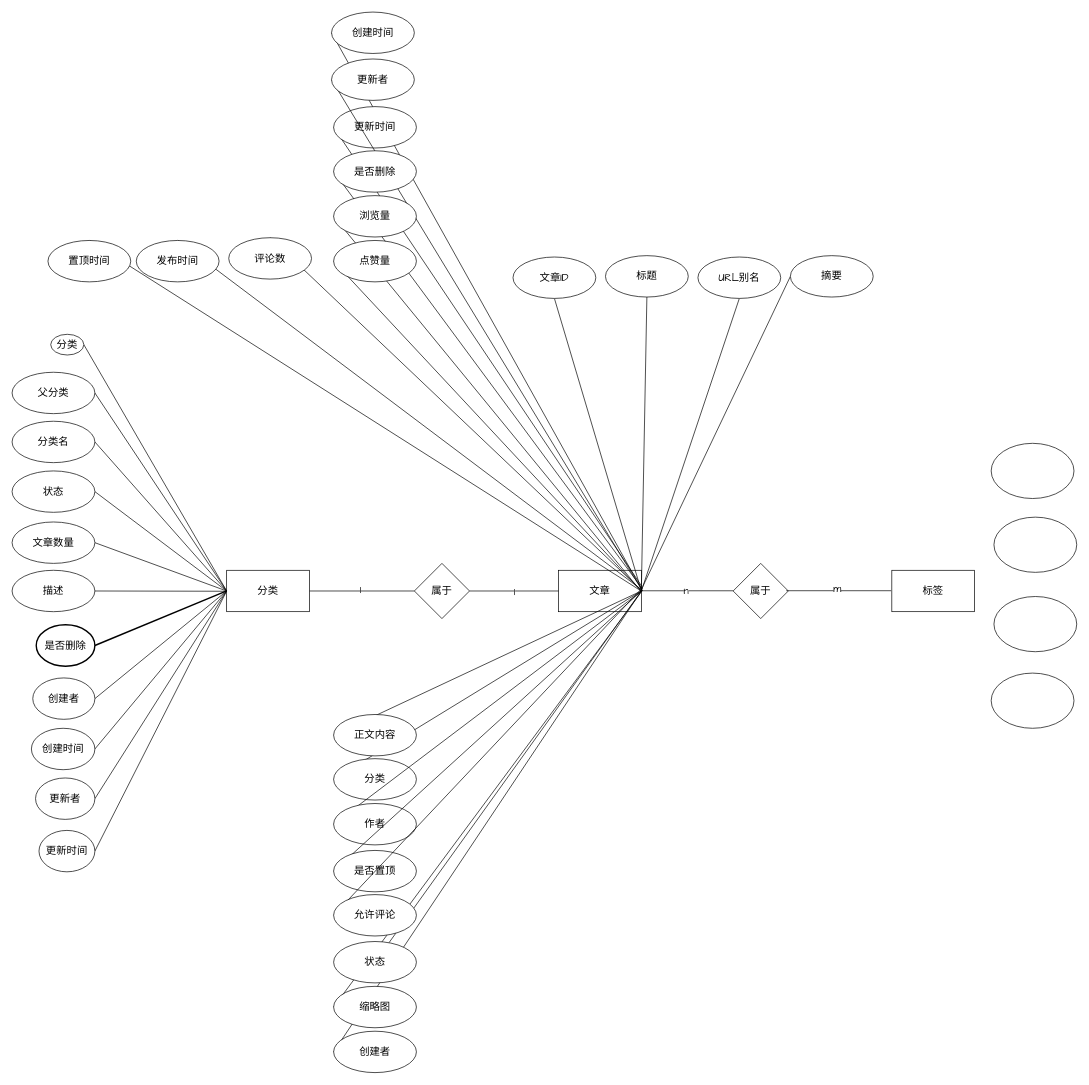
This is graph/分类ER.drawio from zhangbird050801/bird-blog, a draw.io file, before an edit. Source tidied: cells renumbered, new cells numbered last; positions are measured from the earlier drawing's top-left corner, leaving out a move shared by most shapes. Both pictures are drawn from the tidied source at 69%, with x=0, y=0 at pixel (12, 12).
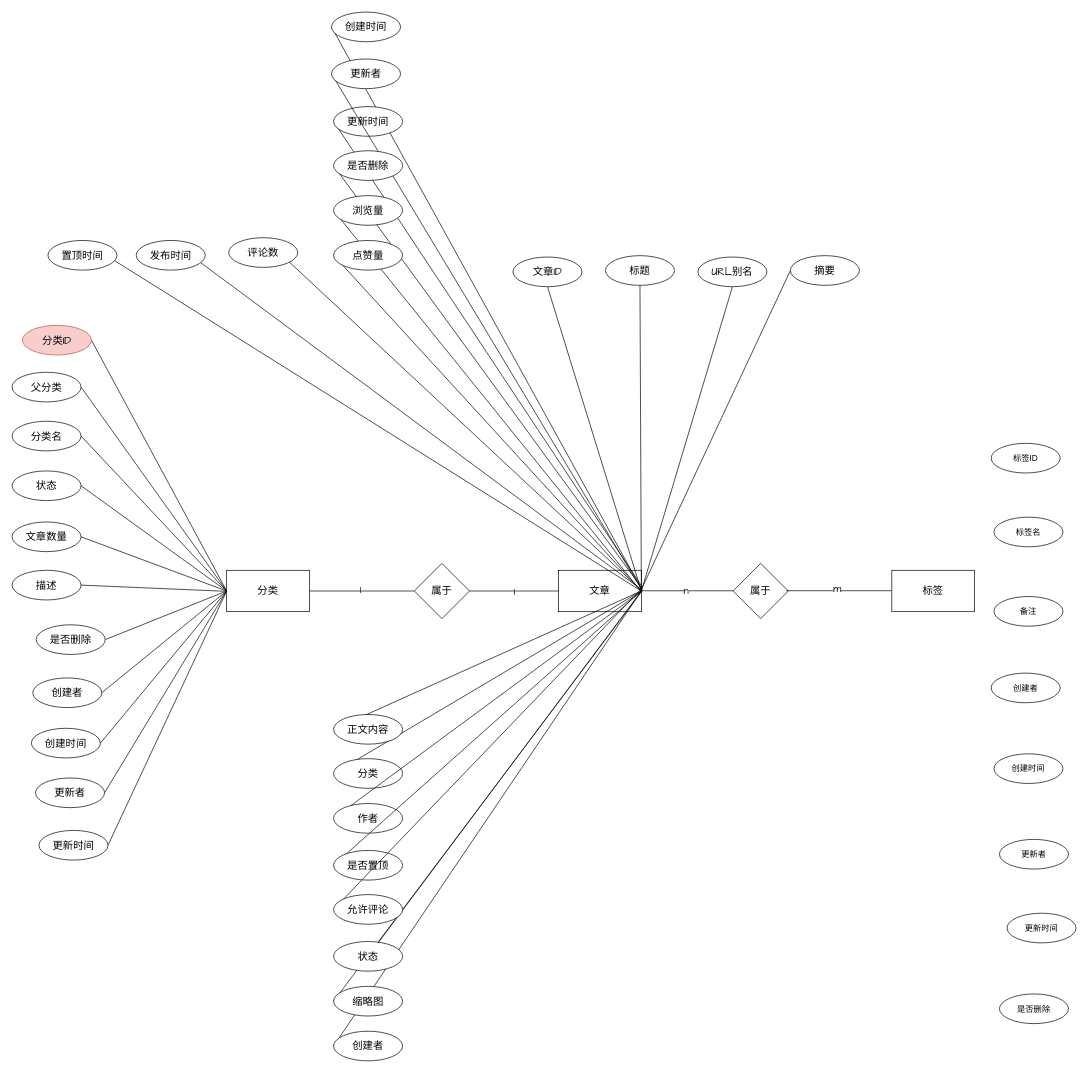
The same page after the edit.

The change refers to these unchanged cells:
```xml
<mxCell id="4" value="分类" style="rounded=0;whiteSpace=wrap;html=1;fontSize=15;fontFamily=Comic Sans MS;" parent="1" vertex="1">
  <mxGeometry x="311" y="809" width="120" height="60" as="geometry" />
</mxCell>
```

Diff of the diagram source:
```diff
@@
-    <mxCell id="6" value="分类" style="whiteSpace=wrap;html=1;shape=ellipse;perimeter=ellipsePerimeter;strokeColor=default;align=center;verticalAlign=middle;fontFamily=Comic Sans MS;fontSize=15;fontColor=default;fillColor=default;fixedWidth=0;" parent="1" vertex="1">
-      <mxGeometry x="56" y="467" width="48" height="30" as="geometry" />
+    <mxCell id="6" value="分类ID" style="whiteSpace=wrap;html=1;shape=ellipse;perimeter=ellipsePerimeter;strokeColor=#b85450;align=center;verticalAlign=middle;fontFamily=Comic Sans MS;fontSize=15;fillColor=#f8cecc;fixedWidth=0;" parent="1" vertex="1">
+      <mxGeometry x="15" y="454" width="100" height="43" as="geometry" />
     </mxCell>
@@
     <mxCell id="8" value="分类名" style="whiteSpace=wrap;html=1;shape=ellipse;perimeter=ellipsePerimeter;strokeColor=default;align=center;verticalAlign=middle;fontFamily=Comic Sans MS;fontSize=15;fontColor=default;fillColor=default;" parent="1" vertex="1">
-      <mxGeometry y="593" width="120" height="60" as="geometry" />
+      <mxGeometry y="593" width="100" height="43" as="geometry" />
     </mxCell>
@@
     <mxCell id="10" value="描述" style="whiteSpace=wrap;html=1;rounded=0;shape=ellipse;perimeter=ellipsePerimeter;strokeColor=default;align=center;verticalAlign=middle;fontFamily=Comic Sans MS;fontSize=15;fontColor=default;fillColor=default;" parent="1" vertex="1">
-      <mxGeometry y="809" width="120" height="60" as="geometry" />
+      <mxGeometry y="809" width="100" height="43" as="geometry" />
     </mxCell>
@@
     <mxCell id="12" value="状态" style="whiteSpace=wrap;html=1;rounded=0;shape=ellipse;perimeter=ellipsePerimeter;strokeColor=default;align=center;verticalAlign=middle;fontFamily=Comic Sans MS;fontSize=15;fontColor=default;fillColor=default;" parent="1" vertex="1">
-      <mxGeometry y="665" width="120" height="60" as="geometry" />
+      <mxGeometry y="665" width="100" height="43" as="geometry" />
     </mxCell>
@@
     <mxCell id="14" value="创建时间" style="whiteSpace=wrap;html=1;shape=ellipse;perimeter=ellipsePerimeter;strokeColor=default;align=center;verticalAlign=middle;fontFamily=Comic Sans MS;fontSize=15;fontColor=default;fillColor=default;" parent="1" vertex="1">
-      <mxGeometry x="28" y="1038" width="92" height="60" as="geometry" />
+      <mxGeometry x="28" y="1038" width="100" height="43" as="geometry" />
     </mxCell>
@@
     <mxCell id="16" value="创建者" style="whiteSpace=wrap;html=1;shape=ellipse;perimeter=ellipsePerimeter;strokeColor=default;align=center;verticalAlign=middle;fontFamily=Comic Sans MS;fontSize=15;fontColor=default;fillColor=default;" parent="1" vertex="1">
-      <mxGeometry x="30" y="965" width="90" height="60" as="geometry" />
+      <mxGeometry x="30" y="965" width="100" height="43" as="geometry" />
     </mxCell>
@@
     <mxCell id="18" value="更新时间" style="whiteSpace=wrap;html=1;shape=ellipse;perimeter=ellipsePerimeter;strokeColor=default;align=center;verticalAlign=middle;fontFamily=Comic Sans MS;fontSize=15;fontColor=default;fillColor=default;" parent="1" vertex="1">
-      <mxGeometry x="39" y="1186" width="81" height="60" as="geometry" />
+      <mxGeometry x="39" y="1186" width="100" height="43" as="geometry" />
     </mxCell>
@@
     <mxCell id="20" value="更新者" style="whiteSpace=wrap;html=1;shape=ellipse;perimeter=ellipsePerimeter;strokeColor=default;align=center;verticalAlign=middle;fontFamily=Comic Sans MS;fontSize=15;fontColor=default;fillColor=default;" parent="1" vertex="1">
-      <mxGeometry x="34" y="1110" width="86" height="60" as="geometry" />
+      <mxGeometry x="34" y="1110" width="100" height="43" as="geometry" />
     </mxCell>
@@
     <mxCell id="22" value="文章数量" style="whiteSpace=wrap;html=1;shape=ellipse;perimeter=ellipsePerimeter;strokeColor=default;align=center;verticalAlign=middle;fontFamily=Comic Sans MS;fontSize=15;fontColor=default;fillColor=default;" parent="1" vertex="1">
-      <mxGeometry y="739" width="120" height="60" as="geometry" />
+      <mxGeometry y="739" width="100" height="43" as="geometry" />
     </mxCell>
-    <mxCell id="23" style="rounded=0;jettySize=auto;html=1;exitX=1;exitY=0.5;exitDx=0;exitDy=0;entryX=0;entryY=0.5;entryDx=0;entryDy=0;endArrow=none;endFill=0;fontSize=15;fontFamily=Comic Sans MS;strokeWidth=2;" parent="1" edge="1" source="24" target="4">
+    <mxCell id="23" style="rounded=0;jettySize=auto;html=1;exitX=1;exitY=0.5;exitDx=0;exitDy=0;entryX=0;entryY=0.5;entryDx=0;entryDy=0;endArrow=none;endFill=0;fontSize=15;fontFamily=Comic Sans MS;strokeWidth=1;" parent="1" edge="1" source="24" target="4">
       <mxGeometry relative="1" as="geometry" />
     </mxCell>
-    <mxCell id="24" value="是否删除" style="whiteSpace=wrap;html=1;shape=ellipse;perimeter=ellipsePerimeter;fontSize=15;fontFamily=Comic Sans MS;strokeWidth=2;fontStyle=0;" parent="1" vertex="1">
-      <mxGeometry x="35" y="888" width="85" height="60" as="geometry" />
+    <mxCell id="24" value="是否删除" style="whiteSpace=wrap;html=1;shape=ellipse;perimeter=ellipsePerimeter;fontSize=15;fontFamily=Comic Sans MS;strokeWidth=1;fontStyle=0;" parent="1" vertex="1">
+      <mxGeometry x="35" y="888" width="100" height="43" as="geometry" />
     </mxCell>
@@
     <mxCell id="26" value="父分类" style="whiteSpace=wrap;html=1;rounded=0;strokeColor=default;align=center;verticalAlign=middle;fontFamily=Comic Sans MS;fontSize=15;fontColor=default;fillColor=default;shape=ellipse;perimeter=ellipsePerimeter;" parent="1" vertex="1">
-      <mxGeometry y="522" width="120" height="60" as="geometry" />
+      <mxGeometry y="522" width="100" height="43" as="geometry" />
     </mxCell>
@@
     <mxCell id="32" value="文章ID" style="whiteSpace=wrap;html=1;shape=ellipse;perimeter=ellipsePerimeter;fontSize=15;fontFamily=Comic Sans MS;" parent="1" vertex="1">
-      <mxGeometry x="726" y="355" width="120" height="60" as="geometry" />
+      <mxGeometry x="726" y="355" width="100" height="43" as="geometry" />
     </mxCell>
@@
     <mxCell id="34" value="URL别名" style="whiteSpace=wrap;html=1;shape=ellipse;perimeter=ellipsePerimeter;fontSize=15;fontFamily=Comic Sans MS;" parent="1" vertex="1">
-      <mxGeometry x="994" y="355" width="120" height="60" as="geometry" />
+      <mxGeometry x="994" y="355" width="100" height="43" as="geometry" />
     </mxCell>
@@
     <mxCell id="36" value="分类" style="whiteSpace=wrap;html=1;rounded=0;shape=ellipse;perimeter=ellipsePerimeter;fontSize=15;fontFamily=Comic Sans MS;" parent="1" vertex="1">
-      <mxGeometry x="466" y="1082" width="120" height="60" as="geometry" />
+      <mxGeometry x="466" y="1082" width="100" height="43" as="geometry" />
     </mxCell>
@@
     <mxCell id="38" value="摘要" style="whiteSpace=wrap;html=1;rounded=0;shape=ellipse;perimeter=ellipsePerimeter;fontSize=15;fontFamily=Comic Sans MS;" parent="1" vertex="1">
-      <mxGeometry x="1128" y="353" width="120" height="60" as="geometry" />
+      <mxGeometry x="1128" y="353" width="100" height="43" as="geometry" />
     </mxCell>
@@
     <mxCell id="40" value="创建时间" style="whiteSpace=wrap;html=1;shape=ellipse;perimeter=ellipsePerimeter;fontSize=15;fontFamily=Comic Sans MS;" parent="1" vertex="1">
-      <mxGeometry x="463" width="120" height="60" as="geometry" />
+      <mxGeometry x="463" width="100" height="43" as="geometry" />
     </mxCell>
@@
     <mxCell id="42" value="创建者" style="whiteSpace=wrap;html=1;shape=ellipse;perimeter=ellipsePerimeter;fontSize=15;fontFamily=Comic Sans MS;" parent="1" vertex="1">
-      <mxGeometry x="466" y="1477" width="120" height="60" as="geometry" />
+      <mxGeometry x="466" y="1477" width="100" height="43" as="geometry" />
     </mxCell>
@@
     <mxCell id="44" value="更新时间" style="whiteSpace=wrap;html=1;shape=ellipse;perimeter=ellipsePerimeter;fontSize=15;fontFamily=Comic Sans MS;" parent="1" vertex="1">
-      <mxGeometry x="466" y="137" width="120" height="60" as="geometry" />
+      <mxGeometry x="466" y="137" width="100" height="43" as="geometry" />
     </mxCell>
@@
     <mxCell id="46" value="更新者" style="whiteSpace=wrap;html=1;shape=ellipse;perimeter=ellipsePerimeter;fontSize=15;fontFamily=Comic Sans MS;" parent="1" vertex="1">
-      <mxGeometry x="463" y="68" width="120" height="60" as="geometry" />
+      <mxGeometry x="463" y="68" width="100" height="43" as="geometry" />
     </mxCell>
@@
     <mxCell id="48" value="正文内容" style="whiteSpace=wrap;html=1;shape=ellipse;perimeter=ellipsePerimeter;fontSize=15;fontFamily=Comic Sans MS;" parent="1" vertex="1">
-      <mxGeometry x="466" y="1018" width="120" height="60" as="geometry" />
+      <mxGeometry x="466" y="1018" width="100" height="43" as="geometry" />
     </mxCell>
@@
     <mxCell id="50" value="作者" style="whiteSpace=wrap;html=1;shape=ellipse;perimeter=ellipsePerimeter;fontSize=15;fontFamily=Comic Sans MS;" parent="1" vertex="1">
-      <mxGeometry x="466" y="1147" width="120" height="60" as="geometry" />
+      <mxGeometry x="466" y="1147" width="100" height="43" as="geometry" />
     </mxCell>
@@
     <mxCell id="52" value="标题" style="whiteSpace=wrap;html=1;rounded=0;strokeColor=default;align=center;verticalAlign=middle;fontFamily=Comic Sans MS;fontSize=15;fontColor=default;fillColor=default;shape=ellipse;perimeter=ellipsePerimeter;" parent="1" vertex="1">
-      <mxGeometry x="860" y="353" width="120" height="60" as="geometry" />
+      <mxGeometry x="860" y="353" width="100" height="43" as="geometry" />
     </mxCell>
@@
     <mxCell id="54" value="是否删除" style="whiteSpace=wrap;html=1;shape=ellipse;perimeter=ellipsePerimeter;fontSize=15;fontFamily=Comic Sans MS;" parent="1" vertex="1">
-      <mxGeometry x="466" y="201" width="120" height="60" as="geometry" />
+      <mxGeometry x="466" y="201" width="100" height="43" as="geometry" />
     </mxCell>
@@
     <mxCell id="56" value="是否置顶" style="whiteSpace=wrap;html=1;shape=ellipse;perimeter=ellipsePerimeter;fontSize=15;fontFamily=Comic Sans MS;" parent="1" vertex="1">
-      <mxGeometry x="466" y="1215" width="120" height="60" as="geometry" />
+      <mxGeometry x="466" y="1215" width="100" height="43" as="geometry" />
     </mxCell>
@@
     <mxCell id="58" value="缩略图" style="whiteSpace=wrap;html=1;shape=ellipse;perimeter=ellipsePerimeter;fontSize=15;fontFamily=Comic Sans MS;" parent="1" vertex="1">
-      <mxGeometry x="466" y="1412" width="120" height="60" as="geometry" />
+      <mxGeometry x="466" y="1412" width="100" height="43" as="geometry" />
     </mxCell>
@@
     <mxCell id="60" value="状态" style="whiteSpace=wrap;html=1;rounded=0;shape=ellipse;perimeter=ellipsePerimeter;fontSize=15;fontFamily=Comic Sans MS;" parent="1" vertex="1">
-      <mxGeometry x="466" y="1347" width="120" height="60" as="geometry" />
+      <mxGeometry x="466" y="1347" width="100" height="43" as="geometry" />
     </mxCell>
@@
     <mxCell id="62" value="允许评论" style="whiteSpace=wrap;html=1;shape=ellipse;perimeter=ellipsePerimeter;fontSize=15;fontFamily=Comic Sans MS;" parent="1" vertex="1">
-      <mxGeometry x="466" y="1279" width="120" height="60" as="geometry" />
+      <mxGeometry x="466" y="1279" width="100" height="43" as="geometry" />
     </mxCell>
@@
     <mxCell id="64" value="置顶时间" style="whiteSpace=wrap;html=1;shape=ellipse;perimeter=ellipsePerimeter;fontSize=15;fontFamily=Comic Sans MS;" parent="1" vertex="1">
-      <mxGeometry x="52" y="331" width="120" height="60" as="geometry" />
+      <mxGeometry x="52" y="331" width="100" height="43" as="geometry" />
     </mxCell>
@@
     <mxCell id="66" value="浏览量" style="whiteSpace=wrap;html=1;shape=ellipse;perimeter=ellipsePerimeter;fontSize=15;fontFamily=Comic Sans MS;" parent="1" vertex="1">
-      <mxGeometry x="466" y="266" width="120" height="60" as="geometry" />
+      <mxGeometry x="466" y="266" width="100" height="43" as="geometry" />
     </mxCell>
@@
     <mxCell id="69" value="评论数" style="whiteSpace=wrap;html=1;rounded=0;shape=ellipse;perimeter=ellipsePerimeter;fontSize=15;fontFamily=Comic Sans MS;" parent="1" vertex="1">
-      <mxGeometry x="314" y="327" width="120" height="60" as="geometry" />
+      <mxGeometry x="314" y="327" width="100" height="43" as="geometry" />
     </mxCell>
@@
     <mxCell id="71" value="点赞量" style="whiteSpace=wrap;html=1;shape=ellipse;perimeter=ellipsePerimeter;fontSize=15;fontFamily=Comic Sans MS;" parent="1" vertex="1">
-      <mxGeometry x="466" y="331" width="120" height="60" as="geometry" />
+      <mxGeometry x="466" y="331" width="100" height="43" as="geometry" />
     </mxCell>
     <mxCell id="72" value="发布时间" style="whiteSpace=wrap;html=1;shape=ellipse;perimeter=ellipsePerimeter;fontSize=15;fontFamily=Comic Sans MS;" parent="1" vertex="1">
-      <mxGeometry x="180" y="331" width="120" height="60" as="geometry" />
+      <mxGeometry x="180" y="331" width="100" height="43" as="geometry" />
     </mxCell>
@@
-    <mxCell id="79" style="ellipse;whiteSpace=wrap;html=1;" parent="1" vertex="1">
-      <mxGeometry x="1419" y="625" width="120" height="80" as="geometry" />
+    <mxCell id="79" value="标签ID" style="ellipse;whiteSpace=wrap;html=1;" parent="1" vertex="1">
+      <mxGeometry x="1419" y="625" width="100" height="43" as="geometry" />
     </mxCell>
-    <mxCell id="80" style="ellipse;whiteSpace=wrap;html=1;" parent="1" vertex="1">
-      <mxGeometry x="1423" y="732" width="120" height="80" as="geometry" />
+    <mxCell id="80" value="标签名" style="ellipse;whiteSpace=wrap;html=1;" parent="1" vertex="1">
+      <mxGeometry x="1423" y="732" width="100" height="43" as="geometry" />
     </mxCell>
-    <mxCell id="81" style="ellipse;whiteSpace=wrap;html=1;" parent="1" vertex="1">
-      <mxGeometry x="1423" y="847" width="120" height="80" as="geometry" />
+    <mxCell id="81" value="备注" style="ellipse;whiteSpace=wrap;html=1;" parent="1" vertex="1">
+      <mxGeometry x="1423" y="847" width="100" height="43" as="geometry" />
     </mxCell>
-    <mxCell id="82" style="ellipse;whiteSpace=wrap;html=1;" parent="1" vertex="1">
-      <mxGeometry x="1419" y="958" width="120" height="80" as="geometry" />
+    <mxCell id="82" value="创建者" style="ellipse;whiteSpace=wrap;html=1;" parent="1" vertex="1">
+      <mxGeometry x="1419" y="958" width="100" height="43" as="geometry" />
     </mxCell>
+    <mxCell id="83" value="创建时间" style="ellipse;whiteSpace=wrap;html=1;" parent="1" vertex="1">
+      <mxGeometry x="1423" y="1075" width="100" height="43" as="geometry" />
+    </mxCell>
+    <mxCell id="84" value="是否删除" style="ellipse;whiteSpace=wrap;html=1;" parent="1" vertex="1">
+      <mxGeometry x="1431" y="1423" width="100" height="43" as="geometry" />
+    </mxCell>
+    <mxCell id="85" value="更新时间" style="ellipse;whiteSpace=wrap;html=1;" parent="1" vertex="1">
+      <mxGeometry x="1442" y="1306" width="100" height="43" as="geometry" />
+    </mxCell>
+    <mxCell id="86" value="更新者" style="ellipse;whiteSpace=wrap;html=1;" parent="1" vertex="1">
+      <mxGeometry x="1431" y="1199" width="100" height="43" as="geometry" />
+    </mxCell>
```
